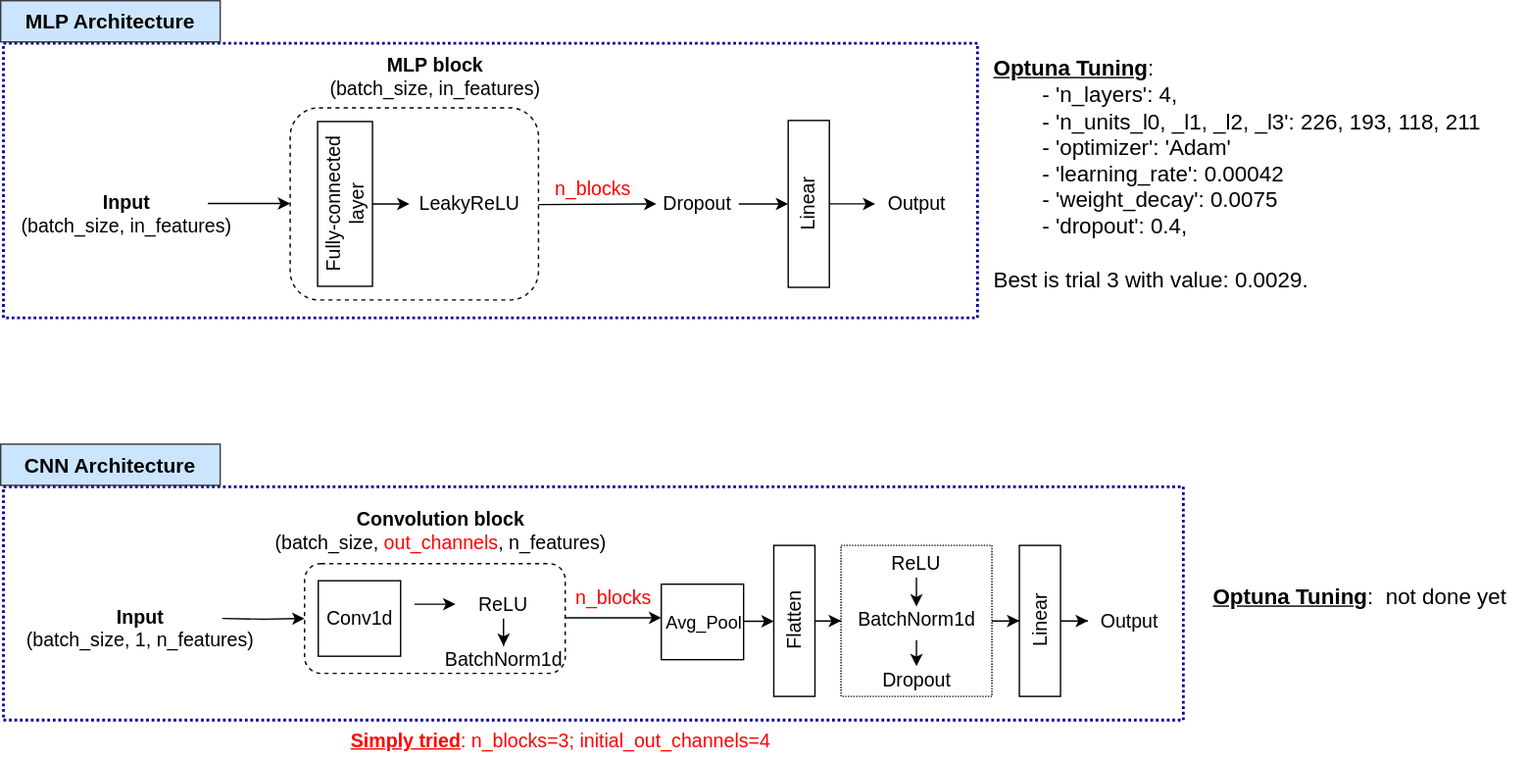
Before: figures/models_architecture.svg, a diagram exported from draw.io (htnghi/intern_pheno_nnets). Source tidied: cells renumbered, new cells last; positions are measured from the earlier drawing's top-left corner, leaving out a move shared by most shapes.
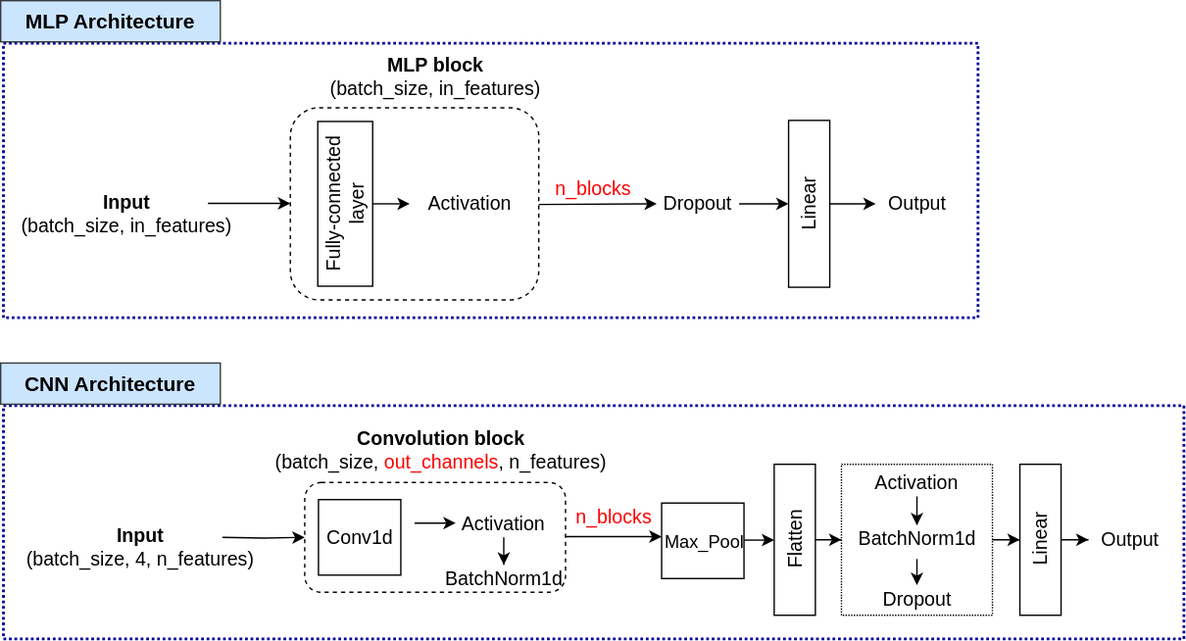
Later version of the same file.

Change to the diagram source:
```diff
@@ -6,19 +6,19 @@
       <mxGeometry x="2" y="354" width="860" height="170" as="geometry" />
     </mxCell>
     <mxCell id="3" style="rounded=0;whiteSpace=wrap;html=1;strokeWidth=2;strokeColor=#000099;dashed=1;dashPattern=1 1;" parent="1" vertex="1">
-      <mxGeometry x="2" y="31" width="710" height="200" as="geometry" />
+      <mxGeometry x="2" y="90" width="710" height="200" as="geometry" />
     </mxCell>
     <mxCell id="4" style="group;verticalAlign=middle;" parent="1" vertex="1">
-      <mxGeometry x="212" y="24" width="230" height="40" as="geometry" />
+      <mxGeometry x="212" y="83" width="230" height="40" as="geometry" />
     </mxCell>
     <mxCell id="5" value="&lt;font style=&quot;font-size: 14px;&quot;&gt;&lt;b&gt;MLP&lt;/b&gt; &lt;b&gt;block&lt;/b&gt;&lt;br&gt;(batch_size, in_features)&lt;/font&gt;" style="text;html=1;strokeColor=none;fillColor=none;align=center;verticalAlign=middle;whiteSpace=wrap;rounded=0;" parent="4" vertex="1">
       <mxGeometry x="-20" y="26.3" width="250" height="9.1" as="geometry" />
     </mxCell>
     <mxCell id="6" style="rounded=1;whiteSpace=wrap;html=1;dashed=1;" parent="1" vertex="1">
-      <mxGeometry x="211" y="78" width="181" height="140" as="geometry" />
+      <mxGeometry x="211" y="137" width="181" height="140" as="geometry" />
     </mxCell>
     <mxCell id="7" style="group;" parent="1" vertex="1">
-      <mxGeometry x="231" y="88" width="180" height="133.1" as="geometry" />
+      <mxGeometry x="231" y="147" width="180" height="133.1" as="geometry" />
     </mxCell>
     <mxCell id="8" value="&lt;font style=&quot;font-size: 14px;&quot;&gt;Fully-connected layer&lt;/font&gt;" style="rounded=0;whiteSpace=wrap;html=1;flipV=0;flipH=1;direction=west;verticalAlign=middle;horizontal=0;" parent="7" vertex="1">
       <mxGeometry width="40" height="120" as="geometry" />
@@ -29,36 +29,36 @@
       </mxGeometry>
     </mxCell>
     <mxCell id="10" value="&lt;font style=&quot;font-size: 14px;&quot;&gt;&lt;font style=&quot;&quot;&gt;&lt;b style=&quot;&quot;&gt;Input&lt;/b&gt;&lt;/font&gt;&lt;br&gt;&lt;font style=&quot;&quot;&gt;(batch_size, in_features)&lt;/font&gt;&lt;/font&gt;" style="text;html=1;strokeColor=none;fillColor=none;align=center;verticalAlign=middle;whiteSpace=wrap;rounded=0;" parent="1" vertex="1">
-      <mxGeometry x="2" y="134.6" width="180" height="40" as="geometry" />
+      <mxGeometry x="2" y="193.6" width="180" height="40" as="geometry" />
     </mxCell>
     <mxCell id="11" style="endArrow=classic;html=1;rounded=0;" parent="1" edge="1">
       <mxGeometry relative="1" as="geometry">
-        <mxPoint x="151" y="147.7" as="sourcePoint" />
-        <mxPoint x="211" y="147.7" as="targetPoint" />
+        <mxPoint x="151" y="206.7" as="sourcePoint" />
+        <mxPoint x="211" y="206.7" as="targetPoint" />
       </mxGeometry>
     </mxCell>
     <mxCell id="12" style="endArrow=classic;html=1;rounded=0;entryX=0;entryY=0.5;entryDx=0;entryDy=0;" parent="1" edge="1" target="18">
       <mxGeometry relative="1" as="geometry">
-        <mxPoint x="392" y="148.5" as="sourcePoint" />
+        <mxPoint x="392" y="207.5" as="sourcePoint" />
       </mxGeometry>
     </mxCell>
     <mxCell id="13" value="&lt;font style=&quot;font-size: 14px;&quot; color=&quot;#ff0000&quot;&gt;n_blocks&lt;/font&gt;" style="text;html=1;strokeColor=none;fillColor=none;align=center;verticalAlign=middle;whiteSpace=wrap;rounded=0;" parent="1" vertex="1">
-      <mxGeometry x="402" y="121.8" width="60" height="30" as="geometry" />
+      <mxGeometry x="402" y="180.8" width="60" height="30" as="geometry" />
     </mxCell>
-    <mxCell id="14" value="&lt;font style=&quot;font-size: 14px;&quot;&gt;LeakyReLU&lt;/font&gt;" style="text;html=1;strokeColor=none;fillColor=none;align=center;verticalAlign=middle;whiteSpace=wrap;rounded=0;" parent="1" vertex="1">
-      <mxGeometry x="312" y="133" width="60" height="30" as="geometry" />
+    <mxCell id="14" value="&lt;font style=&quot;font-size: 14px;&quot;&gt;Activation&lt;/font&gt;" style="text;html=1;strokeColor=none;fillColor=none;align=center;verticalAlign=middle;whiteSpace=wrap;rounded=0;" parent="1" vertex="1">
+      <mxGeometry x="312" y="192" width="60" height="30" as="geometry" />
     </mxCell>
     <mxCell id="15" style="edgeStyle=orthogonalEdgeStyle;rounded=0;jettySize=auto;html=1;exitX=0;exitY=0.5;exitDx=0;exitDy=0;entryX=0;entryY=0.5;entryDx=0;entryDy=0;" parent="1" edge="1" source="16" target="48">
       <mxGeometry relative="1" as="geometry" />
     </mxCell>
     <mxCell id="16" value="&lt;font style=&quot;font-size: 14px;&quot;&gt;Linear&lt;/font&gt;" style="rounded=0;whiteSpace=wrap;html=1;flipV=0;flipH=1;direction=west;verticalAlign=middle;horizontal=0;" parent="1" vertex="1">
-      <mxGeometry x="574" y="87.2" width="30" height="121.6" as="geometry" />
+      <mxGeometry x="574" y="146.2" width="30" height="121.6" as="geometry" />
     </mxCell>
     <mxCell id="17" style="edgeStyle=orthogonalEdgeStyle;rounded=0;jettySize=auto;html=1;entryX=1;entryY=0.5;entryDx=0;entryDy=0;" parent="1" edge="1" source="18" target="16">
       <mxGeometry relative="1" as="geometry" />
     </mxCell>
     <mxCell id="18" value="&lt;font style=&quot;font-size: 14px;&quot;&gt;Dropout&lt;/font&gt;" style="text;html=1;strokeColor=none;fillColor=none;align=center;verticalAlign=middle;whiteSpace=wrap;rounded=0;" parent="1" vertex="1">
-      <mxGeometry x="478" y="133" width="60" height="30" as="geometry" />
+      <mxGeometry x="478" y="192" width="60" height="30" as="geometry" />
     </mxCell>
     <mxCell id="19" style="rounded=1;whiteSpace=wrap;html=1;dashed=1;" parent="1" vertex="1">
       <mxGeometry x="221.5" y="410" width="190" height="80" as="geometry" />
@@ -66,7 +66,7 @@
     <mxCell id="20" value="&lt;font style=&quot;font-size: 14px;&quot;&gt;Conv1d&lt;/font&gt;" style="rounded=0;whiteSpace=wrap;html=1;" parent="1" vertex="1">
       <mxGeometry x="231.5" y="422.5" width="60" height="55" as="geometry" />
     </mxCell>
-    <mxCell id="21" value="&lt;font style=&quot;font-size: 14px;&quot;&gt;ReLU&lt;/font&gt;" style="text;html=1;strokeColor=none;fillColor=none;align=center;verticalAlign=middle;whiteSpace=wrap;rounded=0;" parent="1" vertex="1">
+    <mxCell id="21" value="&lt;font style=&quot;font-size: 14px;&quot;&gt;Activation&lt;/font&gt;" style="text;html=1;strokeColor=none;fillColor=none;align=center;verticalAlign=middle;whiteSpace=wrap;rounded=0;" parent="1" vertex="1">
       <mxGeometry x="339" y="430" width="55" height="20" as="geometry" />
     </mxCell>
     <mxCell id="22" value="&lt;font style=&quot;font-size: 14px;&quot;&gt;BatchNorm1d&lt;/font&gt;" style="text;html=1;strokeColor=none;fillColor=none;align=center;verticalAlign=middle;whiteSpace=wrap;rounded=0;" parent="1" vertex="1">
@@ -110,7 +110,7 @@
         <mxPoint x="541.5" y="452" as="sourcePoint" />
       </mxGeometry>
     </mxCell>
-    <mxCell id="33" value="&lt;font style=&quot;font-size: 13px;&quot;&gt;Avg_Pool&lt;/font&gt;" style="text;html=1;strokeColor=none;fillColor=none;align=center;verticalAlign=middle;whiteSpace=wrap;rounded=0;" parent="1" vertex="1">
+    <mxCell id="33" value="&lt;font style=&quot;font-size: 13px;&quot;&gt;Max_Pool&lt;/font&gt;" style="text;html=1;strokeColor=none;fillColor=none;align=center;verticalAlign=middle;whiteSpace=wrap;rounded=0;" parent="1" vertex="1">
       <mxGeometry x="487.5" y="435" width="50" height="35" as="geometry" />
     </mxCell>
     <mxCell id="34" style="group;" parent="1" vertex="1">
@@ -119,7 +119,7 @@
     <mxCell id="35" style="rounded=0;whiteSpace=wrap;html=1;dashed=1;dashPattern=1 1;" parent="34" vertex="1">
       <mxGeometry x="-10" y="-3.5" width="110" height="110" as="geometry" />
     </mxCell>
-    <mxCell id="36" value="&lt;font style=&quot;font-size: 14px;&quot;&gt;ReLU&lt;/font&gt;" style="text;html=1;strokeColor=none;fillColor=none;align=center;verticalAlign=middle;whiteSpace=wrap;rounded=0;" parent="34" vertex="1">
+    <mxCell id="36" value="&lt;font style=&quot;font-size: 14px;&quot;&gt;Activation&lt;/font&gt;" style="text;html=1;strokeColor=none;fillColor=none;align=center;verticalAlign=middle;whiteSpace=wrap;rounded=0;" parent="34" vertex="1">
       <mxGeometry x="17.5" width="55" height="20" as="geometry" />
     </mxCell>
     <mxCell id="37" value="&lt;font style=&quot;font-size: 14px;&quot;&gt;BatchNorm1d&lt;/font&gt;" style="text;html=1;strokeColor=none;fillColor=none;align=center;verticalAlign=middle;whiteSpace=wrap;rounded=0;" parent="34" vertex="1">
@@ -154,7 +154,7 @@
     <mxCell id="45" style="edgeStyle=orthogonalEdgeStyle;rounded=0;jettySize=auto;html=1;entryX=1;entryY=0.5;entryDx=0;entryDy=0;" parent="1" edge="1" source="35" target="42">
       <mxGeometry relative="1" as="geometry" />
     </mxCell>
-    <mxCell id="46" value="&lt;font style=&quot;font-size: 14px;&quot;&gt;&lt;font style=&quot;&quot;&gt;&lt;b style=&quot;&quot;&gt;Input&lt;/b&gt;&lt;/font&gt;&lt;br&gt;&lt;font style=&quot;&quot;&gt;(batch_size, 1, n_features)&lt;/font&gt;&lt;/font&gt;" style="text;html=1;strokeColor=none;fillColor=none;align=center;verticalAlign=middle;whiteSpace=wrap;rounded=0;" parent="1" vertex="1">
+    <mxCell id="46" value="&lt;font style=&quot;font-size: 14px;&quot;&gt;&lt;font style=&quot;&quot;&gt;&lt;b style=&quot;&quot;&gt;Input&lt;/b&gt;&lt;/font&gt;&lt;br&gt;&lt;font style=&quot;&quot;&gt;(batch_size, 4, n_features)&lt;/font&gt;&lt;/font&gt;" style="text;html=1;strokeColor=none;fillColor=none;align=center;verticalAlign=middle;whiteSpace=wrap;rounded=0;" parent="1" vertex="1">
       <mxGeometry x="11.5" y="436.8" width="180" height="40" as="geometry" />
     </mxCell>
     <mxCell id="47" style="edgeStyle=orthogonalEdgeStyle;rounded=0;jettySize=auto;html=1;entryX=0;entryY=0.5;entryDx=0;entryDy=0;" parent="1" edge="1" target="19">
@@ -163,22 +163,13 @@
       </mxGeometry>
     </mxCell>
     <mxCell id="48" value="&lt;font style=&quot;font-size: 14px;&quot;&gt;Output&lt;/font&gt;" style="text;html=1;strokeColor=none;fillColor=none;align=center;verticalAlign=middle;whiteSpace=wrap;rounded=0;" parent="1" vertex="1">
-      <mxGeometry x="637.5" y="133" width="60" height="30" as="geometry" />
+      <mxGeometry x="637.5" y="192" width="60" height="30" as="geometry" />
     </mxCell>
     <mxCell id="49" value="&lt;font style=&quot;font-size: 15px;&quot;&gt;&lt;b&gt;MLP Architecture&lt;/b&gt;&lt;/font&gt;" style="text;html=1;strokeColor=#36393d;fillColor=#cce5ff;align=center;verticalAlign=middle;whiteSpace=wrap;rounded=0;" parent="1" vertex="1">
-      <mxGeometry width="160" height="30" as="geometry" />
+      <mxGeometry y="59" width="160" height="30" as="geometry" />
     </mxCell>
     <mxCell id="50" value="&lt;font style=&quot;font-size: 15px;&quot;&gt;&lt;b&gt;CNN Architecture&lt;/b&gt;&lt;/font&gt;" style="text;html=1;strokeColor=#36393d;fillColor=#cce5ff;align=center;verticalAlign=middle;whiteSpace=wrap;rounded=0;" parent="1" vertex="1">
       <mxGeometry y="323" width="160" height="30" as="geometry" />
     </mxCell>
-    <mxCell id="51" value="&lt;font style=&quot;font-size: 16px;&quot;&gt;&lt;b&gt;&lt;u&gt;Optuna Tuning&lt;/u&gt;&lt;/b&gt;:&amp;nbsp;&lt;span style=&quot;&quot;&gt;&lt;span style=&quot;&quot;&gt;&amp;nbsp; &amp;nbsp; &amp;nbsp;&lt;br&gt;&lt;/span&gt;&lt;/span&gt;&lt;span style=&quot;white-space: pre;&quot;&gt;&#9;&lt;/span&gt;- 'n_layers': 4,&amp;nbsp;&lt;br&gt;&lt;span style=&quot;white-space: pre;&quot;&gt;&#9;&lt;/span&gt;- 'n_units_l0, _l1, _l2, _l3': 226, 193, 118, 211&lt;br&gt;&lt;span style=&quot;white-space: pre;&quot;&gt;&#9;&lt;/span&gt;- 'optimizer': 'Adam'&lt;br&gt;&lt;span style=&quot;white-space: pre;&quot;&gt;&#9;&lt;/span&gt;- 'learning_rate': 0.00042 &lt;br&gt;&lt;span style=&quot;white-space: pre;&quot;&gt;&#9;&lt;/span&gt;- 'weight_decay': 0.0075&lt;br&gt;&lt;span style=&quot;white-space: pre;&quot;&gt;&#9;&lt;/span&gt;- 'dropout': 0.4,&lt;br&gt;&lt;br&gt;Best is trial 3 with value: 0.0029.&lt;/font&gt;" style="text;html=1;strokeColor=none;fillColor=none;align=left;verticalAlign=middle;whiteSpace=wrap;rounded=0;" parent="1" vertex="1">
-      <mxGeometry x="722.5" y="24" width="369.5" height="203" as="geometry" />
-    </mxCell>
-    <mxCell id="52" value="&lt;font style=&quot;font-size: 16px;&quot;&gt;&lt;b&gt;&lt;u&gt;Optuna Tuning&lt;/u&gt;&lt;/b&gt;:&amp;nbsp; not done yet&lt;br&gt;&lt;/font&gt;" style="text;html=1;strokeColor=none;fillColor=none;align=left;verticalAlign=middle;whiteSpace=wrap;rounded=0;" parent="1" vertex="1">
-      <mxGeometry x="882" y="364" width="230" height="140" as="geometry" />
-    </mxCell>
-    <mxCell id="53" value="&lt;font style=&quot;font-size: 14px;&quot;&gt;&lt;b&gt;&lt;u&gt;Simply tried&lt;/u&gt;&lt;/b&gt;: n_blocks=3; initial_out_channels=4&lt;/font&gt;" style="text;html=1;strokeColor=none;fillColor=none;align=center;verticalAlign=middle;whiteSpace=wrap;rounded=0;fontColor=#FF0000;" parent="1" vertex="1">
-      <mxGeometry x="253" y="524" width="310.5" height="30" as="geometry" />
-    </mxCell>
   </root>
 </mxGraphModel>
```
